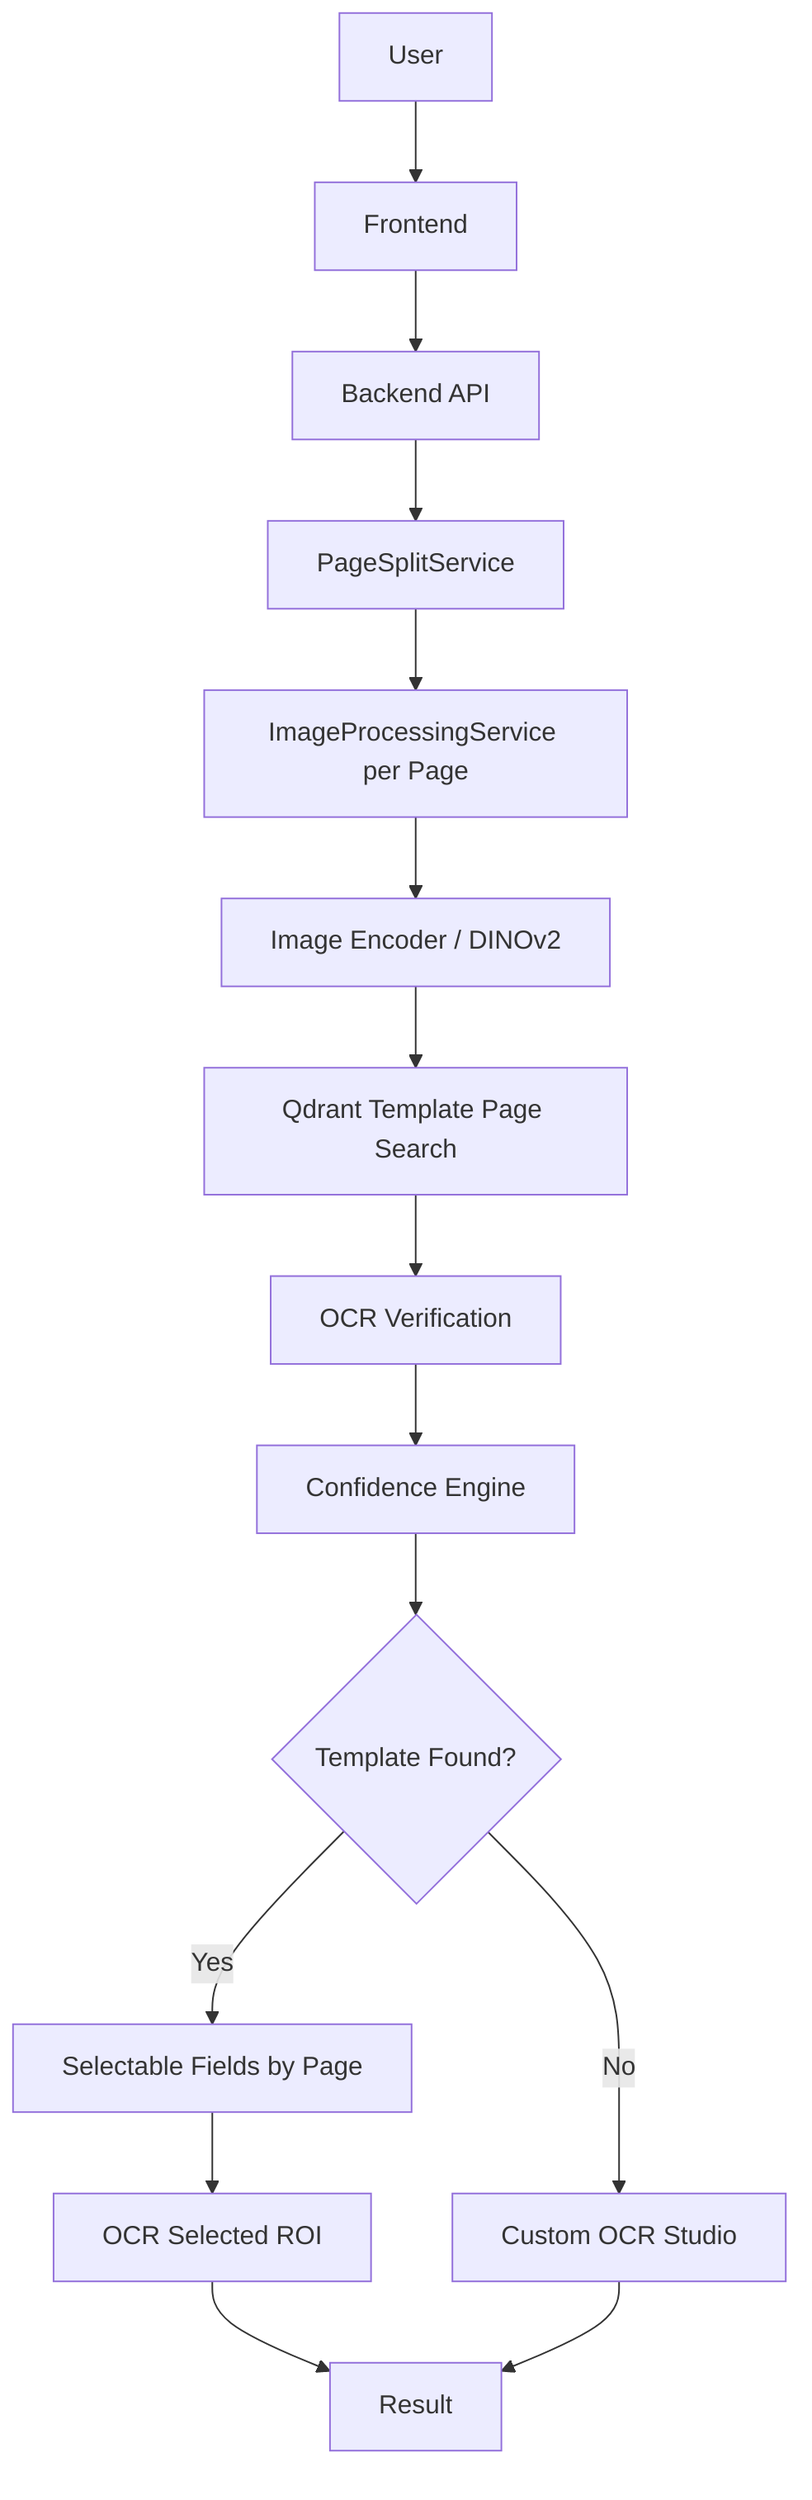
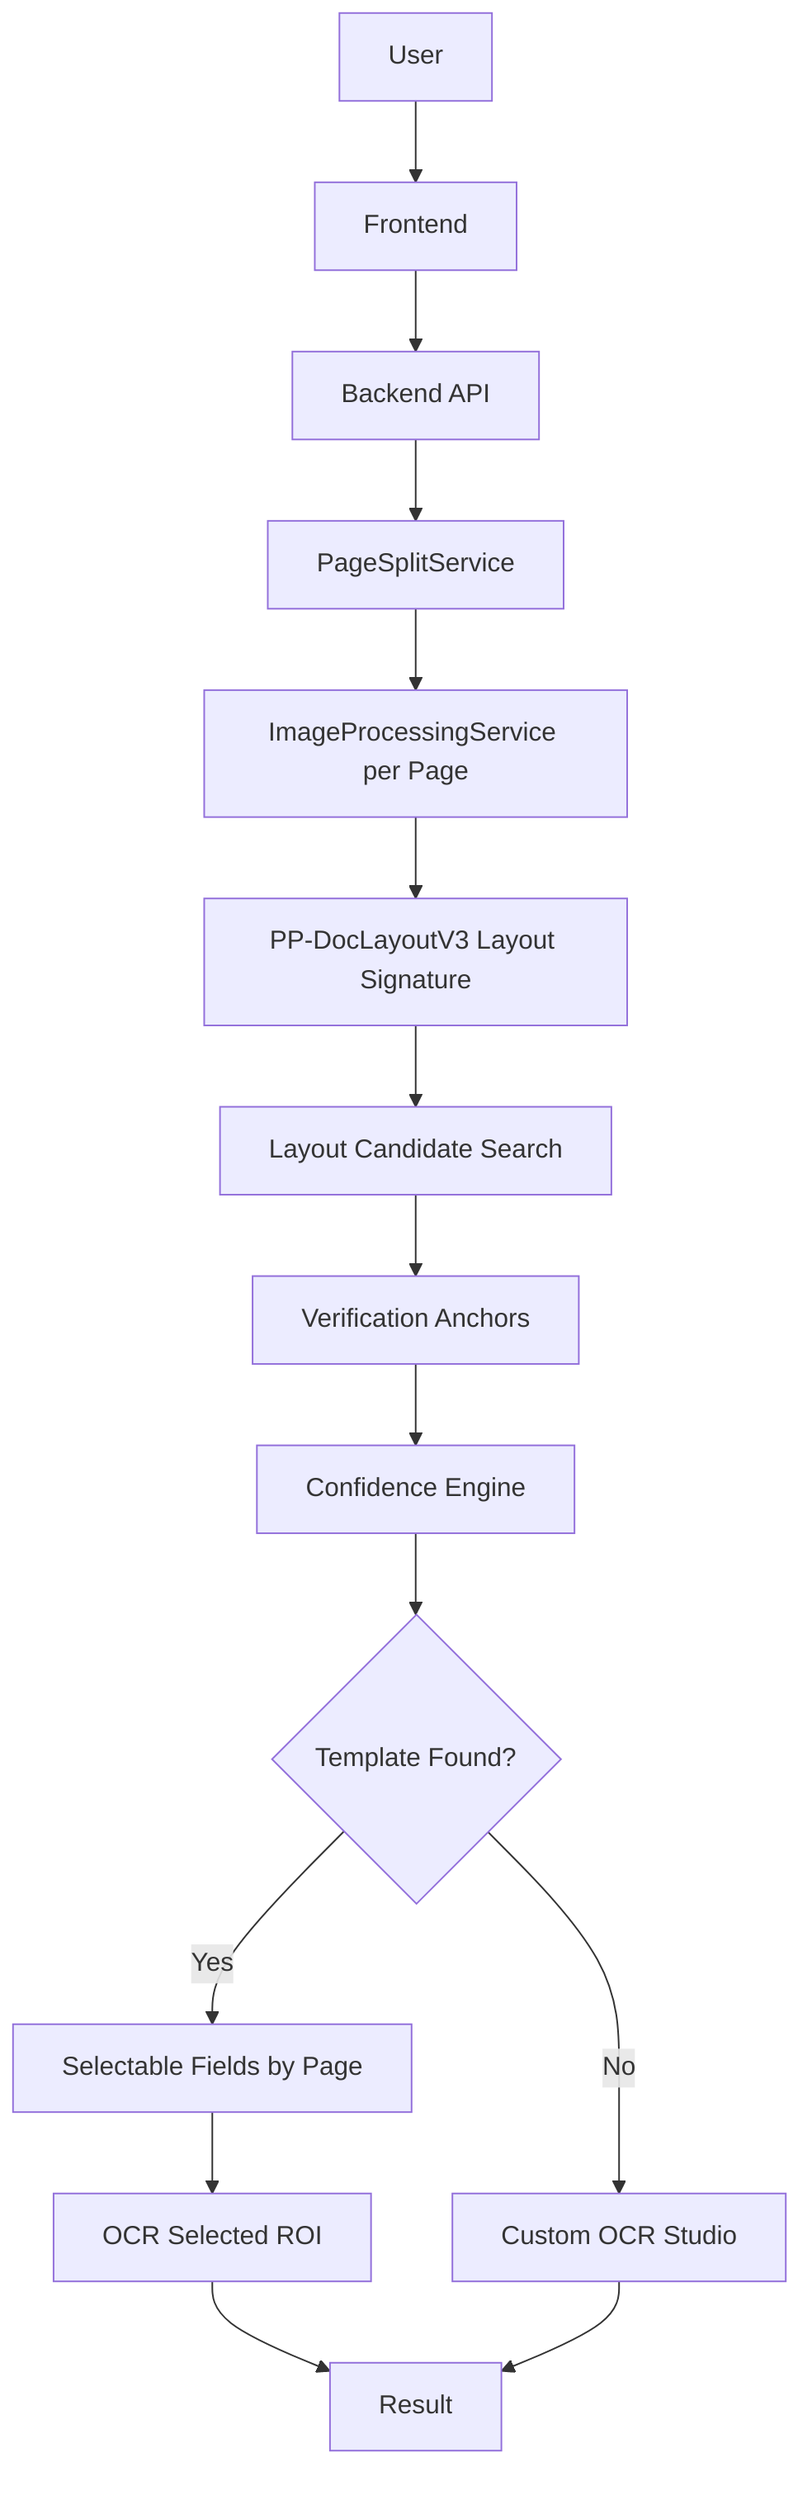
flowchart TD
  U[User] --> FE[Frontend]
  FE --> API[Backend API]
  API --> SPLIT[PageSplitService]
  SPLIT --> IMG[ImageProcessingService per Page]
-   IMG --> ENC[Image Encoder / DINOv2]
-   ENC --> QD[Qdrant Template Page Search]
-   QD --> VER[OCR Verification]
+   IMG --> SIG[PP-DocLayoutV3 Layout Signature]
+   SIG --> MATCH[Layout Candidate Search]
+   MATCH --> VER[Verification Anchors]
  VER --> CONF[Confidence Engine]
  CONF --> FOUND{Template Found?}
  FOUND -- Yes --> SELECT[Selectable Fields by Page]
  SELECT --> OCR[OCR Selected ROI]
  OCR --> RESULT[Result]
  FOUND -- No --> CUSTOM[Custom OCR Studio]
  CUSTOM --> RESULT
